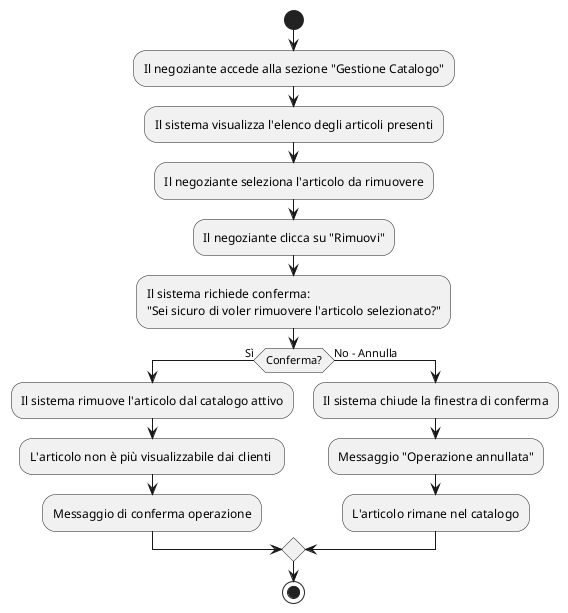
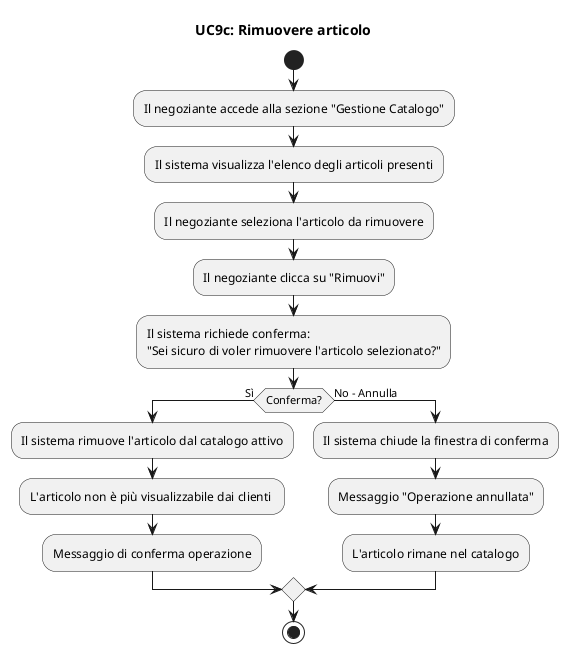
@startuml
+ title UC9c: Rimuovere articolo
start
:Il negoziante accede alla sezione "Gestione Catalogo";
:Il sistema visualizza l'elenco degli articoli presenti;
:Il negoziante seleziona l'articolo da rimuovere;
:Il negoziante clicca su "Rimuovi";
:Il sistema richiede conferma:
"Sei sicuro di voler rimuovere l'articolo selezionato?";

if (Conferma?) then (Sì)
  :Il sistema rimuove l'articolo dal catalogo attivo;
  :L'articolo non è più visualizzabile dai clienti ;
  :Messaggio di conferma operazione;

else (No - Annulla)
  :Il sistema chiude la finestra di conferma;
  :Messaggio "Operazione annullata";
  :L'articolo rimane nel catalogo;

endif
stop
@enduml